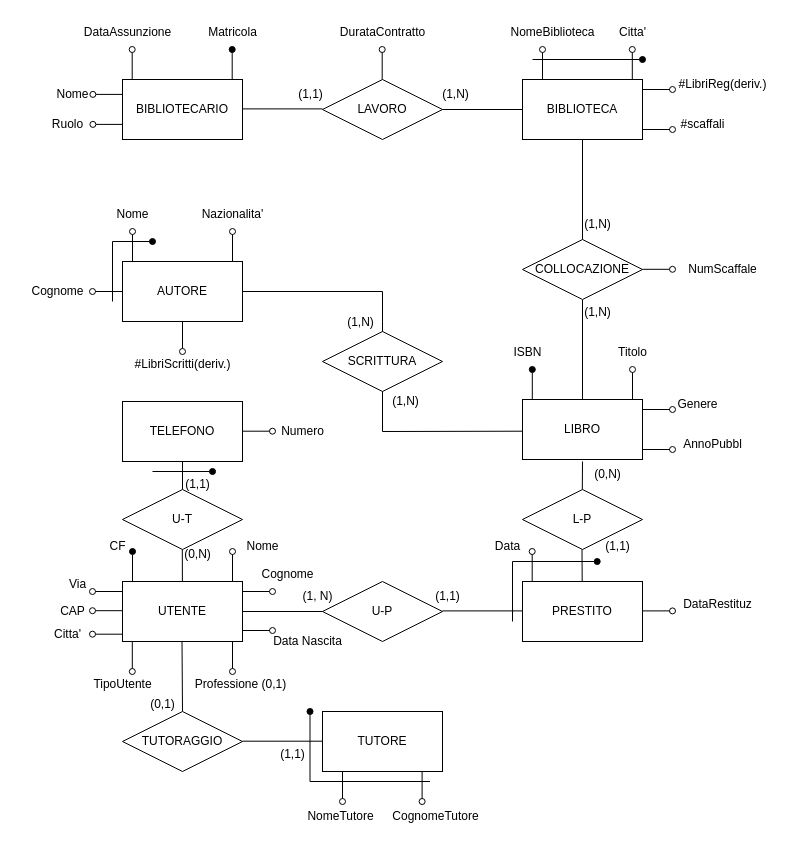
The draw.io diagram Biblioteca Ristrutturata.drawio in alexbnls/BasiDati, before the edit. Source tidied: cells renumbered, new cells numbered last; positions are measured from the earlier drawing's top-left corner, leaving out a move shared by most shapes. Both pictures are drawn from the tidied source at 100%, with x=0, y=0 at pixel (17, 17).
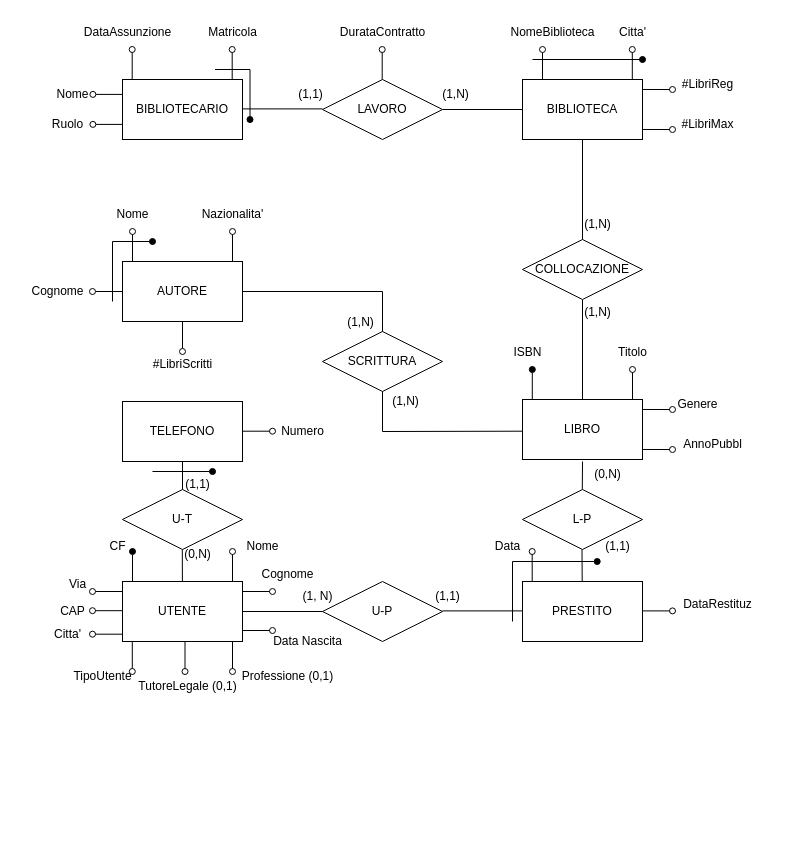
The same diagram, later.

The edit, as a diff of the source:
```diff
@@
-    <mxCell id="59" value="#LibriReg(deriv.)" style="text;html=1;align=center;verticalAlign=middle;strokeColor=none;fillColor=none;" parent="1" vertex="1">
-      <mxGeometry x="650" y="52" width="110" height="30" as="geometry" />
+    <mxCell id="59" value="#LibriReg" style="text;html=1;align=center;verticalAlign=middle;strokeColor=none;fillColor=none;" parent="1" vertex="1">
+      <mxGeometry x="655" y="52" width="70" height="30" as="geometry" />
     </mxCell>
@@
-    <mxCell id="64" style="endArrow=oval;html=1;rounded=0;endFill=1;" parent="1" edge="1">
+    <mxCell id="64" style="endArrow=oval;html=1;rounded=0;endFill=0;" parent="1" edge="1">
       <mxGeometry relative="1" as="geometry">
         <mxPoint x="214.7" y="62" as="sourcePoint" />
         <mxPoint x="214.7" y="32" as="targetPoint" />
       </mxGeometry>
     </mxCell>
@@
-    <mxCell id="71" value="#scaffali" style="text;html=1;align=center;verticalAlign=middle;strokeColor=none;fillColor=none;" parent="1" vertex="1">
-      <mxGeometry x="650" y="92" width="70" height="30" as="geometry" />
+    <mxCell id="71" value="#LibriMax" style="text;html=1;align=center;verticalAlign=middle;strokeColor=none;fillColor=none;" parent="1" vertex="1">
+      <mxGeometry x="650" y="92" width="80" height="30" as="geometry" />
     </mxCell>
@@
-    <mxCell id="76" style="endArrow=oval;html=1;rounded=0;endFill=0;" parent="1" edge="1">
-      <mxGeometry relative="1" as="geometry">
-        <mxPoint x="625" y="251.8" as="sourcePoint" />
-        <mxPoint x="655" y="251.8" as="targetPoint" />
-      </mxGeometry>
-    </mxCell>
-    <mxCell id="77" value="NumScaffale" style="text;html=1;align=center;verticalAlign=middle;strokeColor=none;fillColor=none;" parent="1" vertex="1">
-      <mxGeometry x="660" y="237" width="90" height="30" as="geometry" />
-    </mxCell>
@@
-    <mxCell id="79" value="NomeTutore" style="text;html=1;align=center;verticalAlign=middle;strokeColor=none;fillColor=none;" parent="1" vertex="1">
-      <mxGeometry x="277.5" y="784" width="90" height="30" as="geometry" />
-    </mxCell>
-    <mxCell id="80" value="CognomeTutore" style="text;html=1;align=center;verticalAlign=middle;strokeColor=none;fillColor=none;" parent="1" vertex="1">
-      <mxGeometry x="362.5" y="784" width="110" height="30" as="geometry" />
-    </mxCell>
@@
-    <mxCell id="82" value="#LibriScritti(deriv.)" style="text;html=1;align=center;verticalAlign=middle;strokeColor=none;fillColor=none;" parent="1" vertex="1">
-      <mxGeometry x="105" y="332" width="120" height="30" as="geometry" />
+    <mxCell id="82" value="#LibriScritti" style="text;html=1;align=center;verticalAlign=middle;strokeColor=none;fillColor=none;" parent="1" vertex="1">
+      <mxGeometry x="125" y="332" width="80" height="30" as="geometry" />
     </mxCell>
@@
     <mxCell id="93" value="TipoUtente" style="text;html=1;align=center;verticalAlign=middle;strokeColor=none;fillColor=none;" parent="1" vertex="1">
-      <mxGeometry x="65" y="652" width="80" height="30" as="geometry" />
+      <mxGeometry x="45" y="644" width="80" height="30" as="geometry" />
     </mxCell>
     <mxCell id="94" value="Professione (0,1)" style="text;html=1;align=center;verticalAlign=middle;strokeColor=none;fillColor=none;" parent="1" vertex="1">
-      <mxGeometry x="167.5" y="652" width="110" height="30" as="geometry" />
+      <mxGeometry x="215" y="644" width="110" height="30" as="geometry" />
     </mxCell>
@@
-    <mxCell id="105" style="endArrow=none;html=1;rounded=0;" parent="1" edge="1">
-      <mxGeometry relative="1" as="geometry">
-        <mxPoint x="165" y="694" as="sourcePoint" />
-        <mxPoint x="164.5" y="624" as="targetPoint" />
-      </mxGeometry>
-    </mxCell>
-    <mxCell id="106" value="TUTORAGGIO" style="rhombus;whiteSpace=wrap;html=1;" parent="1" vertex="1">
-      <mxGeometry x="105" y="694" width="120" height="60" as="geometry" />
-    </mxCell>
-    <mxCell id="107" style="endArrow=none;html=1;rounded=0;exitX=1;exitY=0.5;exitDx=0;exitDy=0;" parent="1" edge="1">
-      <mxGeometry relative="1" as="geometry">
-        <mxPoint x="225" y="723.7" as="sourcePoint" />
-        <mxPoint x="305" y="723.7" as="targetPoint" />
-      </mxGeometry>
-    </mxCell>
-    <mxCell id="108" value="TUTORE" style="rounded=0;whiteSpace=wrap;html=1;" parent="1" vertex="1">
-      <mxGeometry x="305" y="694" width="120" height="60" as="geometry" />
-    </mxCell>
-    <mxCell id="109" value="(0,1)" style="text;html=1;align=center;verticalAlign=middle;strokeColor=none;fillColor=none;" parent="1" vertex="1">
-      <mxGeometry x="120" y="672" width="50" height="30" as="geometry" />
-    </mxCell>
-    <mxCell id="110" style="endArrow=oval;html=1;rounded=0;endFill=0;" parent="1" edge="1">
-      <mxGeometry relative="1" as="geometry">
-        <mxPoint x="325" y="754" as="sourcePoint" />
-        <mxPoint x="325" y="784" as="targetPoint" />
-      </mxGeometry>
-    </mxCell>
-    <mxCell id="111" style="endArrow=oval;html=1;rounded=0;endFill=0;" parent="1" edge="1">
-      <mxGeometry relative="1" as="geometry">
-        <mxPoint x="404.6" y="754" as="sourcePoint" />
-        <mxPoint x="404.6" y="784" as="targetPoint" />
-      </mxGeometry>
-    </mxCell>
-    <mxCell id="112" style="endArrow=oval;html=1;rounded=0;startArrow=none;startFill=0;endFill=1;" parent="1" edge="1">
-      <mxGeometry relative="1" as="geometry">
-        <mxPoint x="412.5" y="764" as="sourcePoint" />
-        <mxPoint x="292.5" y="694" as="targetPoint" />
-        <Array as="points">
-          <mxPoint x="412.5" y="764" />
-          <mxPoint x="292.5" y="764" />
-        </Array>
-      </mxGeometry>
-    </mxCell>
-    <mxCell id="113" value="(1,1)" style="text;html=1;align=center;verticalAlign=middle;strokeColor=none;fillColor=none;" parent="1" vertex="1">
-      <mxGeometry x="250" y="722" width="50" height="30" as="geometry" />
-    </mxCell>
+    <mxCell id="114" style="endArrow=oval;html=1;rounded=0;endFill=1;" parent="1" edge="1">
+      <mxGeometry relative="1" as="geometry">
+        <mxPoint x="197.5" y="52" as="sourcePoint" />
+        <mxPoint x="232.5" y="102" as="targetPoint" />
+        <Array as="points">
+          <mxPoint x="232.5" y="52" />
+        </Array>
+      </mxGeometry>
+    </mxCell>
+    <mxCell id="115" style="endArrow=oval;html=1;rounded=0;endFill=0;" parent="1" edge="1">
+      <mxGeometry relative="1" as="geometry">
+        <mxPoint x="167.5" y="624" as="sourcePoint" />
+        <mxPoint x="167.5" y="654" as="targetPoint" />
+      </mxGeometry>
+    </mxCell>
+    <mxCell id="116" value="TutoreLegale (0,1)" style="text;html=1;align=center;verticalAlign=middle;strokeColor=none;fillColor=none;" parent="1" vertex="1">
+      <mxGeometry x="110" y="654" width="120" height="30" as="geometry" />
+    </mxCell>
```
